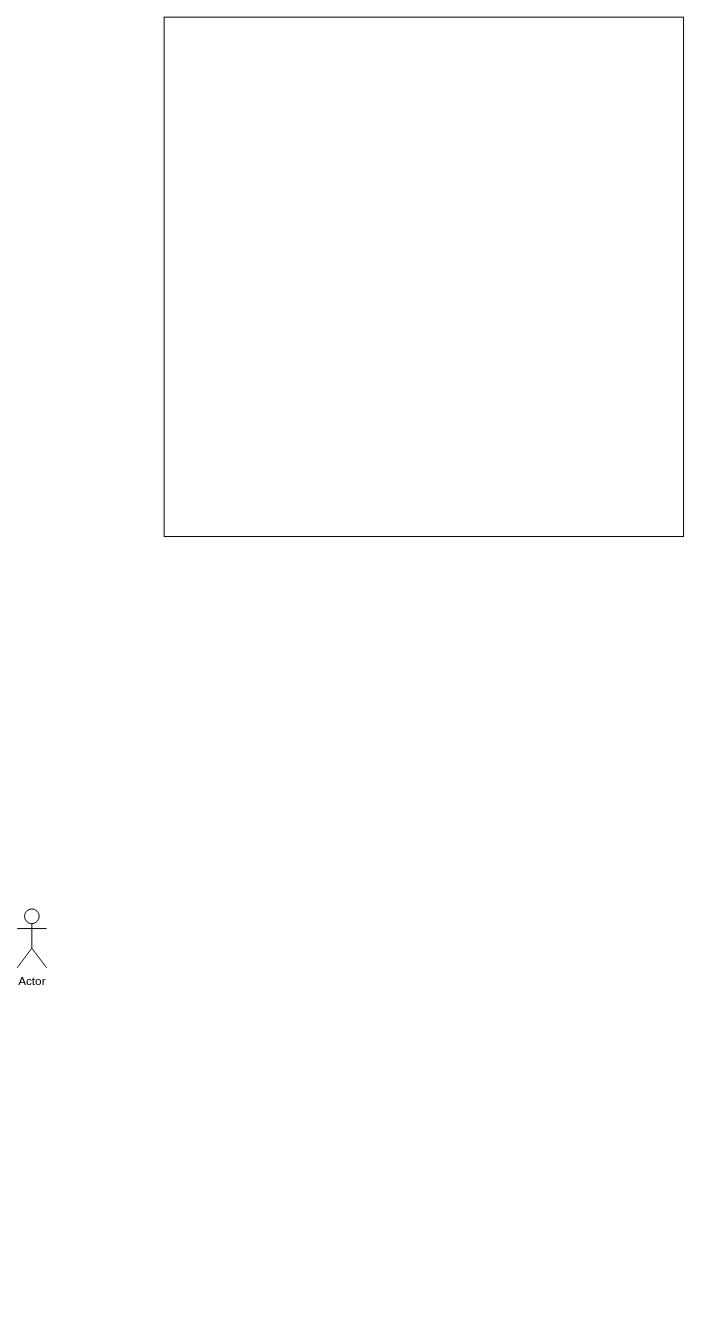
Before: page "Halaman-3" (3 of 3) of ERDS1AR/ERD S1AR.drawio in magang-aiia/ERD-Diagram, a draw.io diagram. Source tidied: cells renumbered, new cells numbered last; positions are measured from the earlier drawing's top-left corner, leaving out a move shared by most shapes. Both pictures are drawn from the tidied source at 98%, with x=0, y=0 at pixel (17, 17).
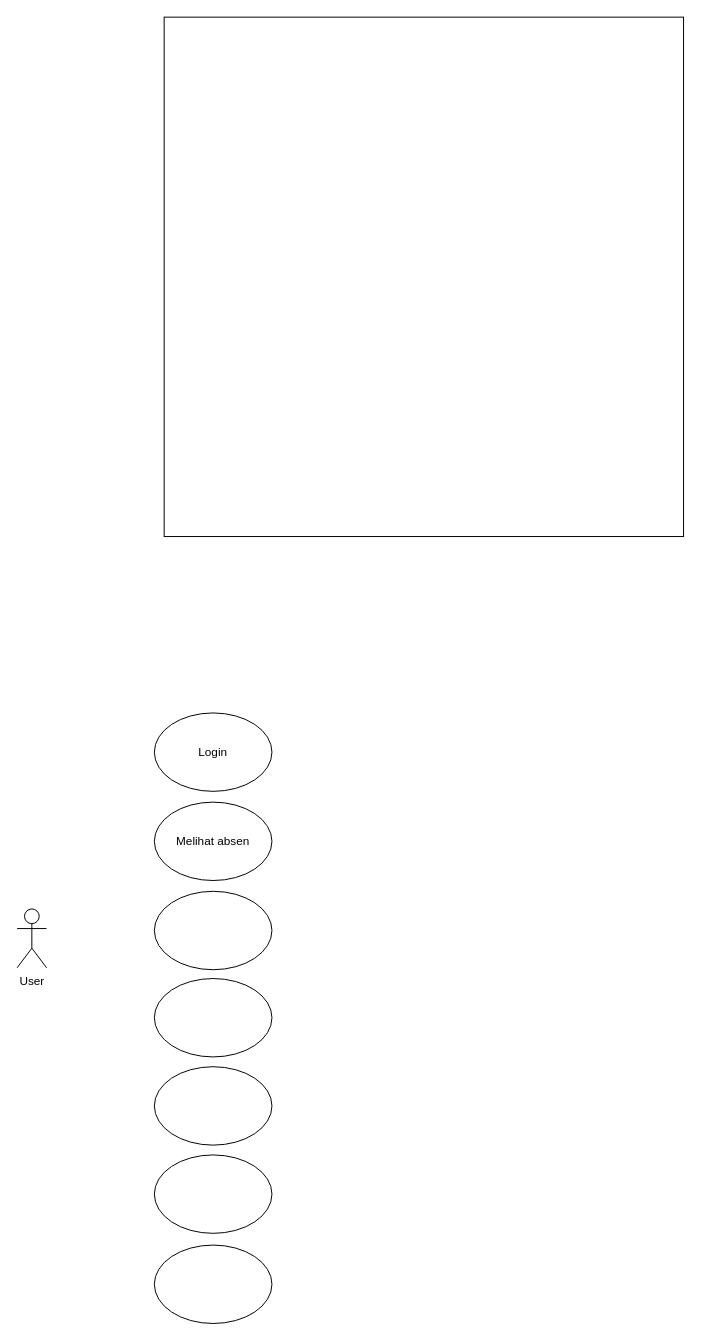
The same page after the edit.

Commit message:
break hal 3 ERD S1AR.drawio

Change to the diagram source:
```diff
@@
 <mxGraphModel>
   <root>
     <mxCell id="0" />
     <mxCell id="1" parent="0" />
     <mxCell id="2" style="whiteSpace=wrap;html=1;fillColor=#FFFFFF;imageWidth=1000;imageHeight=1000;" parent="1" vertex="1">
       <mxGeometry x="150" width="530" height="530" as="geometry" />
     </mxCell>
-    <mxCell id="3" value="Actor" style="shape=umlActor;verticalLabelPosition=bottom;verticalAlign=top;html=1;fillColor=#FFFFFF;" parent="1" vertex="1">
+    <mxCell id="3" value="User" style="shape=umlActor;verticalLabelPosition=bottom;verticalAlign=top;html=1;fillColor=#FFFFFF;" parent="1" vertex="1">
       <mxGeometry y="910" width="30" height="60" as="geometry" />
     </mxCell>
+    <mxCell id="4" value="Login" style="ellipse;whiteSpace=wrap;html=1;fillColor=#FFFFFF;" parent="1" vertex="1">
+      <mxGeometry x="140" y="710" width="120" height="80" as="geometry" />
+    </mxCell>
+    <mxCell id="5" value="Melihat absen" style="ellipse;whiteSpace=wrap;html=1;fillColor=#FFFFFF;" parent="1" vertex="1">
+      <mxGeometry x="140" y="801" width="120" height="80" as="geometry" />
+    </mxCell>
+    <mxCell id="6" style="ellipse;whiteSpace=wrap;html=1;fillColor=#FFFFFF;" parent="1" vertex="1">
+      <mxGeometry x="140" y="892" width="120" height="80" as="geometry" />
+    </mxCell>
+    <mxCell id="7" style="ellipse;whiteSpace=wrap;html=1;fillColor=#FFFFFF;" parent="1" vertex="1">
+      <mxGeometry x="140" y="981" width="120" height="80" as="geometry" />
+    </mxCell>
+    <mxCell id="8" style="ellipse;whiteSpace=wrap;html=1;fillColor=#FFFFFF;" parent="1" vertex="1">
+      <mxGeometry x="140" y="1253" width="120" height="80" as="geometry" />
+    </mxCell>
+    <mxCell id="9" style="ellipse;whiteSpace=wrap;html=1;fillColor=#FFFFFF;" parent="1" vertex="1">
+      <mxGeometry x="140" y="1161" width="120" height="80" as="geometry" />
+    </mxCell>
+    <mxCell id="10" style="ellipse;whiteSpace=wrap;html=1;fillColor=#FFFFFF;" parent="1" vertex="1">
+      <mxGeometry x="140" y="1071" width="120" height="80" as="geometry" />
+    </mxCell>
   </root>
 </mxGraphModel>
```
